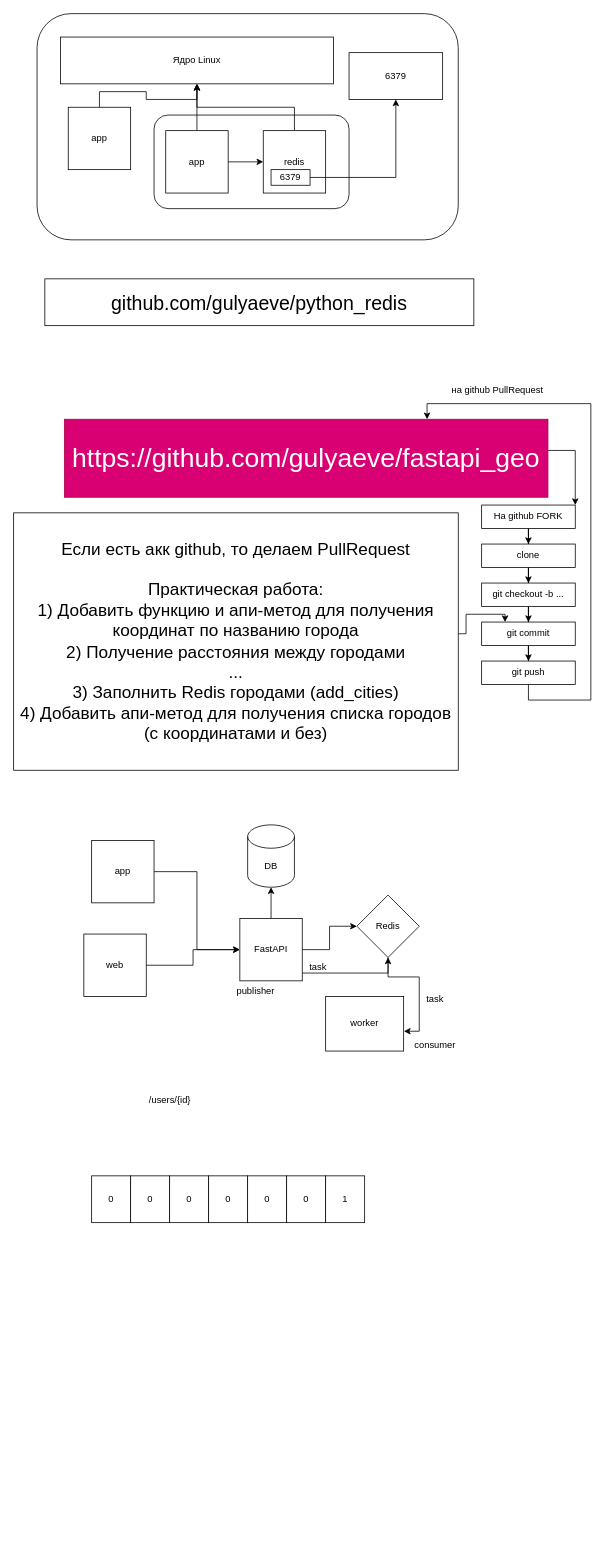
Above: redis.drawio in gulyaeve/fastapi_geo (draw.io), before the change. Source tidied: cells renumbered, new cells numbered last; positions are measured from the earlier drawing's top-left corner, leaving out a move shared by most shapes. Both pictures are drawn from the tidied source at 78%, with x=0, y=0 at pixel (13, 13).
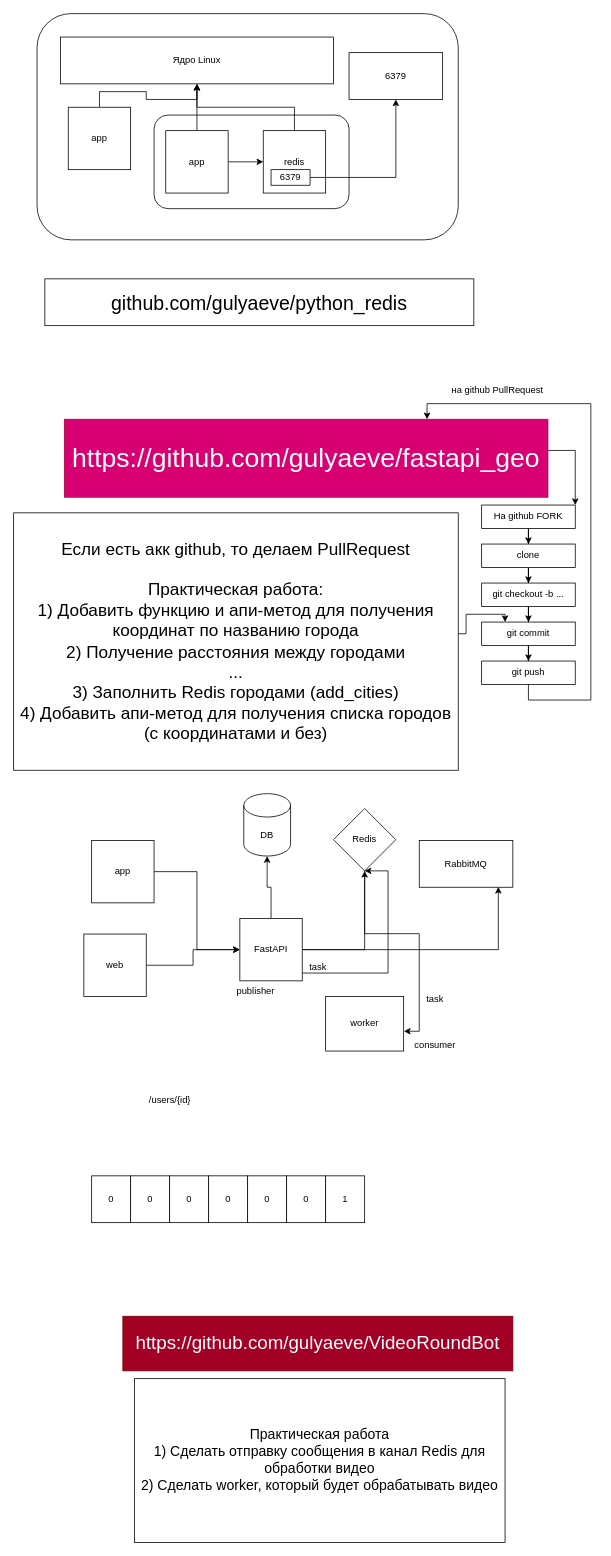
The same diagram, later.

Commit message (it also covers changes not shown here):
Added redis channel

Unchanged cells that the change refers to:
```xml
<mxCell id="34" value="FastAPI" style="whiteSpace=wrap;html=1;" parent="1" vertex="1">
  <mxGeometry x="290" y="1160" width="80" height="80" as="geometry" />
</mxCell>
```

What changed in the source:
```diff
@@
     <mxCell id="35" value="DB" style="shape=cylinder3;whiteSpace=wrap;html=1;boundedLbl=1;backgroundOutline=1;size=15;" parent="1" vertex="1">
-      <mxGeometry x="300" y="1040" width="60" height="80" as="geometry" />
+      <mxGeometry x="295" y="1000" width="60" height="80" as="geometry" />
     </mxCell>
     <mxCell id="36" value="Redis" style="rhombus;whiteSpace=wrap;html=1;" parent="1" vertex="1">
-      <mxGeometry x="440" y="1130" width="80" height="80" as="geometry" />
+      <mxGeometry x="410" y="1019" width="80" height="80" as="geometry" />
     </mxCell>
@@
+    <mxCell id="55" value="RabbitMQ" style="whiteSpace=wrap;html=1;" parent="1" vertex="1">
+      <mxGeometry x="520" y="1060" width="120" height="60" as="geometry" />
+    </mxCell>
+    <mxCell id="56" style="edgeStyle=orthogonalEdgeStyle;rounded=0;jettySize=auto;html=1;entryX=0.845;entryY=0.991;entryDx=0;entryDy=0;entryPerimeter=0;" parent="1" edge="1" source="34" target="55">
+      <mxGeometry relative="1" as="geometry" />
+    </mxCell>
+    <mxCell id="57" value="&lt;font style=&quot;font-size: 24px;&quot;&gt;https://github.com/gulyaeve/VideoRoundBot&lt;/font&gt;" style="whiteSpace=wrap;html=1;fillColor=#a20025;fontColor=#ffffff;strokeColor=#6F0000;" parent="1" vertex="1">
+      <mxGeometry x="140" y="1670" width="500" height="70" as="geometry" />
+    </mxCell>
+    <mxCell id="58" value="&lt;font style=&quot;font-size: 18px;&quot;&gt;Практическая работа&lt;br&gt;1) Сделать отправку сообщения в канал Redis для обработки видео&lt;/font&gt;&lt;div&gt;&lt;font style=&quot;font-size: 18px;&quot;&gt;2) Сделать worker, который будет обрабатывать видео&lt;/font&gt;&lt;/div&gt;" style="rounded=0;whiteSpace=wrap;html=1;" parent="1" vertex="1">
+      <mxGeometry x="155" y="1750" width="475" height="210" as="geometry" />
+    </mxCell>
```
